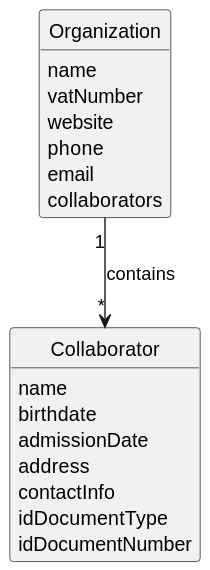
This is docs/sprintA/us003/02.analysis/svg/us003-domain-model.svg from diogoveirospro/lei-24-s2-1dg-g072, a PlantUML export, as it was before one commit.
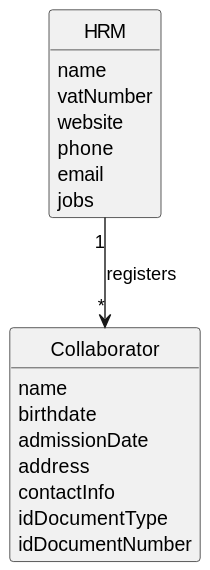
The same file after the commit.

Diff of the diagram source:
```diff
@@ -18,14 +18,14 @@
      idDocumentNumber
 }
 
-class Organization {
+class HRM {
     name
     vatNumber
     website
     phone
     email
-    collaborators
+    jobs
 }
 
-Organization "1" --> "*" Collaborator : contains
+HRM "1" --> "*" Collaborator : registers
 @enduml
```
